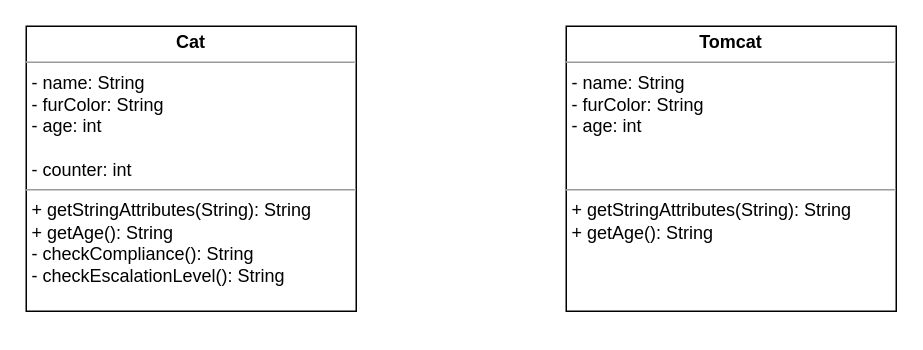
This is page "Cat_Tomcat" (3 of 4) of cat.drawio from XX3-OOP-archive/03a_Inheritance, a draw.io file, before an edit. Source tidied: cells renumbered, new cells numbered last; positions are measured from the earlier drawing's top-left corner, leaving out a move shared by most shapes. Both pictures are drawn from the tidied source at 150%, with x=0, y=0 at pixel (26, 26).
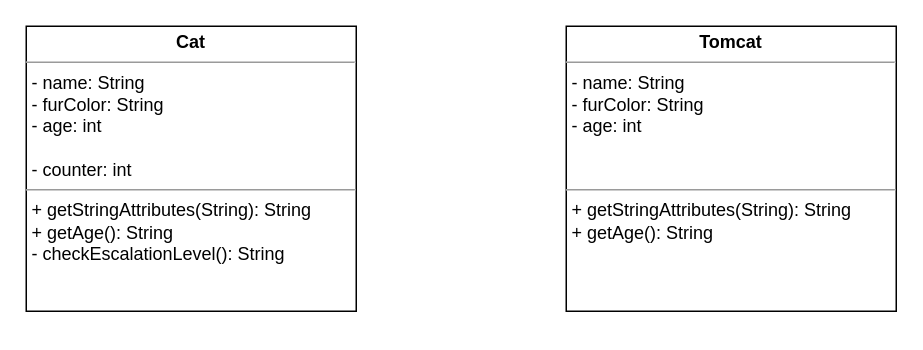
The same page after the edit.

Commit message:
Klassendiagramm Inheritance

The edit, as a diff of the source:
```diff
@@
 <mxGraphModel>
   <root>
     <mxCell id="0" />
     <mxCell id="1" parent="0" />
-    <mxCell id="2" value="&lt;p style=&quot;margin: 0px ; margin-top: 4px ; text-align: center&quot;&gt;&lt;b&gt;Cat&lt;/b&gt;&lt;/p&gt;&lt;hr size=&quot;1&quot;&gt;&lt;p style=&quot;margin: 0px ; margin-left: 4px&quot;&gt;- name: String&lt;/p&gt;&lt;p style=&quot;margin: 0px ; margin-left: 4px&quot;&gt;- furColor: String&lt;br&gt;&lt;/p&gt;&lt;p style=&quot;margin: 0px ; margin-left: 4px&quot;&gt;- age: int&lt;/p&gt;&lt;p style=&quot;margin: 0px ; margin-left: 4px&quot;&gt;&lt;br&gt;&lt;/p&gt;&lt;p style=&quot;margin: 0px ; margin-left: 4px&quot;&gt;- counter: int&lt;/p&gt;&lt;hr size=&quot;1&quot;&gt;&lt;p style=&quot;margin: 0px ; margin-left: 4px&quot;&gt;&lt;span&gt;+ getStringAttributes(String): String&lt;/span&gt;&lt;br&gt;&lt;/p&gt;&lt;p style=&quot;margin: 0px ; margin-left: 4px&quot;&gt;+ getAge(): String&lt;br&gt;&lt;/p&gt;&lt;p style=&quot;margin: 0px ; margin-left: 4px&quot;&gt;- checkCompliance(): String&lt;br&gt;&lt;/p&gt;&lt;p style=&quot;margin: 0px ; margin-left: 4px&quot;&gt;- checkEscalationLevel(): String&lt;br&gt;&lt;/p&gt;" style="verticalAlign=top;align=left;overflow=fill;fontSize=12;fontFamily=Helvetica;html=1;" parent="1" vertex="1">
+    <mxCell id="2" value="&lt;p style=&quot;margin: 0px ; margin-top: 4px ; text-align: center&quot;&gt;&lt;b&gt;Cat&lt;/b&gt;&lt;/p&gt;&lt;hr size=&quot;1&quot;&gt;&lt;p style=&quot;margin: 0px ; margin-left: 4px&quot;&gt;- name: String&lt;/p&gt;&lt;p style=&quot;margin: 0px ; margin-left: 4px&quot;&gt;- furColor: String&lt;br&gt;&lt;/p&gt;&lt;p style=&quot;margin: 0px ; margin-left: 4px&quot;&gt;- age: int&lt;/p&gt;&lt;p style=&quot;margin: 0px ; margin-left: 4px&quot;&gt;&lt;br&gt;&lt;/p&gt;&lt;p style=&quot;margin: 0px ; margin-left: 4px&quot;&gt;- counter: int&lt;/p&gt;&lt;hr size=&quot;1&quot;&gt;&lt;p style=&quot;margin: 0px ; margin-left: 4px&quot;&gt;&lt;span&gt;+ getStringAttributes(String): String&lt;/span&gt;&lt;br&gt;&lt;/p&gt;&lt;p style=&quot;margin: 0px ; margin-left: 4px&quot;&gt;+ getAge(): String&lt;br&gt;&lt;/p&gt;&lt;p style=&quot;margin: 0px ; margin-left: 4px&quot;&gt;&lt;span&gt;- checkEscalationLevel(): String&lt;/span&gt;&lt;br&gt;&lt;/p&gt;" style="verticalAlign=top;align=left;overflow=fill;fontSize=12;fontFamily=Helvetica;html=1;" parent="1" vertex="1">
       <mxGeometry width="220" height="190" as="geometry" />
     </mxCell>
     <mxCell id="3" style="edgeStyle=orthogonalEdgeStyle;rounded=0;orthogonalLoop=1;jettySize=auto;html=1;exitX=0.5;exitY=1;exitDx=0;exitDy=0;" parent="1" edge="1" source="2" target="2">
       <mxGeometry relative="1" as="geometry" />
     </mxCell>
     <mxCell id="4" value="&lt;p style=&quot;margin: 0px ; margin-top: 4px ; text-align: center&quot;&gt;&lt;b&gt;Tomcat&lt;/b&gt;&lt;/p&gt;&lt;hr size=&quot;1&quot;&gt;&lt;p style=&quot;margin: 0px ; margin-left: 4px&quot;&gt;- name: String&lt;/p&gt;&lt;p style=&quot;margin: 0px ; margin-left: 4px&quot;&gt;- furColor: String&lt;br&gt;&lt;/p&gt;&lt;p style=&quot;margin: 0px ; margin-left: 4px&quot;&gt;- age: int&lt;/p&gt;&lt;p style=&quot;margin: 0px ; margin-left: 4px&quot;&gt;&lt;br&gt;&lt;/p&gt;&lt;p style=&quot;margin: 0px ; margin-left: 4px&quot;&gt;&lt;br&gt;&lt;/p&gt;&lt;hr size=&quot;1&quot;&gt;&lt;p style=&quot;margin: 0px ; margin-left: 4px&quot;&gt;&lt;span&gt;+ getStringAttributes(String): String&lt;/span&gt;&lt;br&gt;&lt;/p&gt;&lt;p style=&quot;margin: 0px ; margin-left: 4px&quot;&gt;+ getAge(): String&lt;br&gt;&lt;/p&gt;&lt;p style=&quot;margin: 0px ; margin-left: 4px&quot;&gt;&lt;br&gt;&lt;/p&gt;&lt;p style=&quot;margin: 0px ; margin-left: 4px&quot;&gt;&lt;br&gt;&lt;/p&gt;" style="verticalAlign=top;align=left;overflow=fill;fontSize=12;fontFamily=Helvetica;html=1;" parent="1" vertex="1">
       <mxGeometry x="360" width="220" height="190" as="geometry" />
     </mxCell>
   </root>
 </mxGraphModel>
```
